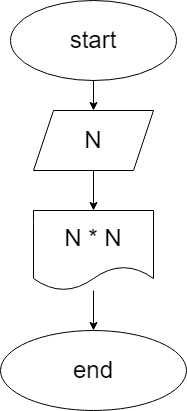
Before: scharp/Seminars/Seminars_01/Ex001/diagram.drawio.png, a diagram exported from draw.io (JuliaSukhova/Seminar_Ex001). Source tidied: cells renumbered, new cells last; positions are measured from the earlier drawing's top-left corner, leaving out a move shared by most shapes. Its diagram source:
```xml
<mxGraphModel>
  <root>
    <mxCell id="0" />
    <mxCell id="1" parent="0" />
    <mxCell id="2" style="edgeStyle=none;html=1;fontSize=24;" parent="1" edge="1" target="5">
      <mxGeometry relative="1" as="geometry">
        <mxPoint x="93" y="70" as="sourcePoint" />
      </mxGeometry>
    </mxCell>
    <mxCell id="3" value="&lt;font style=&quot;font-size: 24px;&quot;&gt;start&lt;/font&gt;" style="ellipse;whiteSpace=wrap;html=1;" parent="1" vertex="1">
      <mxGeometry x="10" width="166" height="80" as="geometry" />
    </mxCell>
    <mxCell id="4" style="edgeStyle=none;html=1;fontSize=24;" parent="1" edge="1" source="5">
      <mxGeometry relative="1" as="geometry">
        <mxPoint x="93" y="210" as="targetPoint" />
      </mxGeometry>
    </mxCell>
    <mxCell id="5" value="&lt;font style=&quot;font-size: 24px;&quot;&gt;N&lt;/font&gt;" style="shape=parallelogram;perimeter=parallelogramPerimeter;whiteSpace=wrap;html=1;fixedSize=1;" parent="1" vertex="1">
      <mxGeometry x="33" y="110" width="120" height="60" as="geometry" />
    </mxCell>
    <mxCell id="6" style="edgeStyle=none;html=1;fontSize=24;" parent="1" edge="1" source="7" target="8">
      <mxGeometry relative="1" as="geometry" />
    </mxCell>
    <mxCell id="7" value="N * N" style="shape=document;whiteSpace=wrap;html=1;boundedLbl=1;fontSize=24;" parent="1" vertex="1">
      <mxGeometry x="33" y="210" width="120" height="80" as="geometry" />
    </mxCell>
    <mxCell id="8" value="end" style="ellipse;whiteSpace=wrap;html=1;fontSize=24;" parent="1" vertex="1">
      <mxGeometry y="330" width="186" height="80" as="geometry" />
    </mxCell>
  </root>
</mxGraphModel>
```
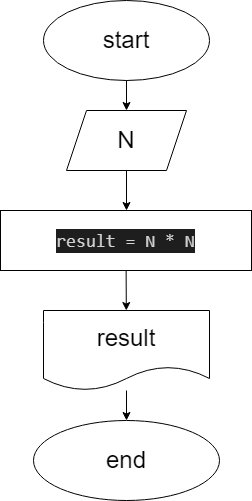
The same diagram one commit later.

Commit message:
Задача решена

The edit, as a diff of the source:
```diff
@@ -21,11 +21,17 @@
     <mxCell id="6" style="edgeStyle=none;html=1;fontSize=24;" parent="1" edge="1" source="7" target="8">
       <mxGeometry relative="1" as="geometry" />
     </mxCell>
-    <mxCell id="7" value="N * N" style="shape=document;whiteSpace=wrap;html=1;boundedLbl=1;fontSize=24;" parent="1" vertex="1">
-      <mxGeometry x="33" y="210" width="120" height="80" as="geometry" />
+    <mxCell id="7" value="result" style="shape=document;whiteSpace=wrap;html=1;boundedLbl=1;fontSize=24;" parent="1" vertex="1">
+      <mxGeometry x="10" y="310" width="166" height="80" as="geometry" />
     </mxCell>
     <mxCell id="8" value="end" style="ellipse;whiteSpace=wrap;html=1;fontSize=24;" parent="1" vertex="1">
-      <mxGeometry y="330" width="186" height="80" as="geometry" />
+      <mxGeometry y="420" width="186" height="80" as="geometry" />
     </mxCell>
+    <mxCell id="9" style="edgeStyle=none;html=1;fontSize=24;fontColor=#D4D4D4;" parent="1" edge="1" source="10" target="7">
+      <mxGeometry relative="1" as="geometry" />
+    </mxCell>
+    <mxCell id="10" value="&lt;div style=&quot;background-color: rgb(30, 30, 30); font-family: Consolas, &amp;quot;Courier New&amp;quot;, monospace; font-size: 18px; line-height: 24px;&quot;&gt;&lt;font color=&quot;#d4d4d4&quot;&gt;result = N * N&lt;/font&gt;&lt;/div&gt;" style="rounded=0;whiteSpace=wrap;html=1;fontSize=24;" parent="1" vertex="1">
+      <mxGeometry x="-33" y="210" width="251" height="60" as="geometry" />
+    </mxCell>
   </root>
 </mxGraphModel>
```
